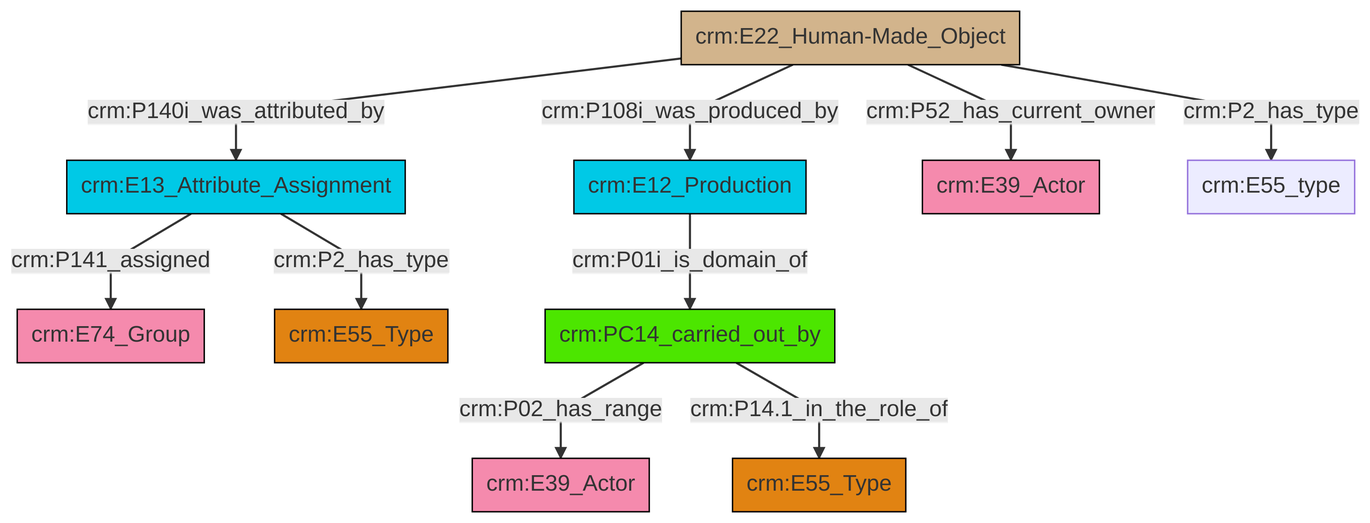
Before: et/builtWorkCSV/ttl/mmd/png/Built_Work_actor_relations.png, a diagram exported from Mermaid (swiss-art-research-net/reference-data-models). Its source is kept beside it as et/builtWorkCSV/ttl/mmd/Built_Work_actor_relations.ttl.mmd.
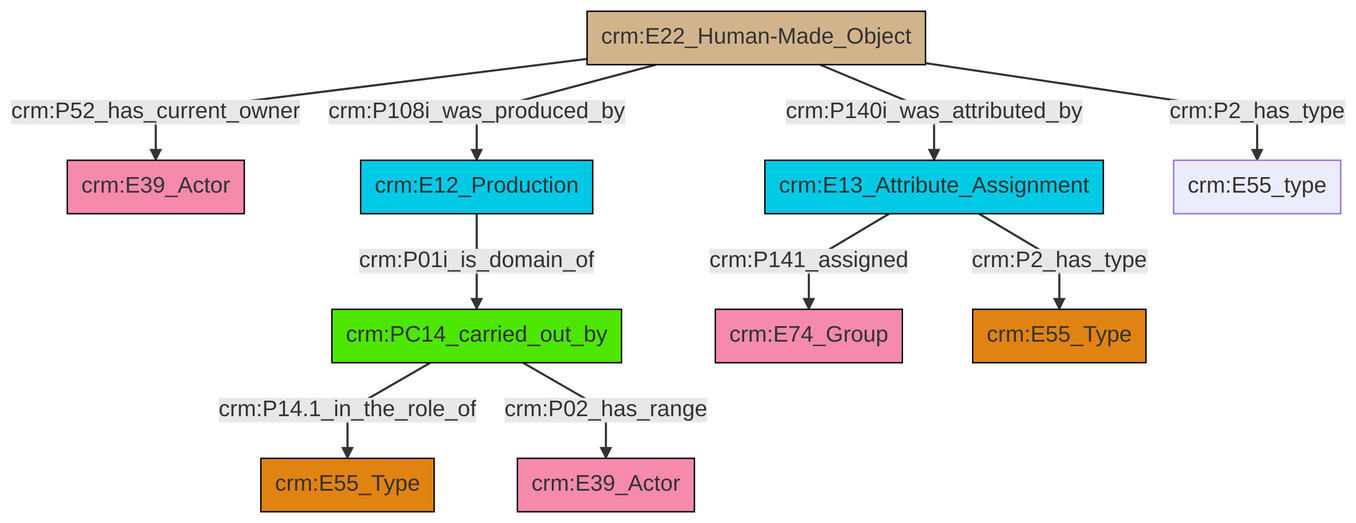
After the change.

What changed in the source:
```diff
@@ -13,12 +13,12 @@
 classDef PC_Classes fill:#4ce600, stroke:#000000;
 classDef Multi fill:#cccccc,stroke:#000000;
 
-2["crm:E13_Attribute_Assignment"]:::Temporal_Entity -->|crm:P141_assigned| 0["crm:E74_Group"]:::Actor
-2["crm:E13_Attribute_Assignment"]:::Temporal_Entity -->|crm:P2_has_type| 4["crm:E55_Type"]:::Type
-5["crm:E12_Production"]:::Temporal_Entity -->|crm:P01i_is_domain_of| 8["crm:PC14_carried_out_by"]:::PC_Classes
-11["crm:E22_Human-Made_Object"]:::Physical_Thing -->|crm:P140i_was_attributed_by| 2["crm:E13_Attribute_Assignment"]:::Temporal_Entity
-8["crm:PC14_carried_out_by"]:::PC_Classes -->|crm:P02_has_range| 12["crm:E39_Actor"]:::Actor
-11["crm:E22_Human-Made_Object"]:::Physical_Thing -->|crm:P108i_was_produced_by| 5["crm:E12_Production"]:::Temporal_Entity
-8["crm:PC14_carried_out_by"]:::PC_Classes -->|crm:P14.1_in_the_role_of| 9["crm:E55_Type"]:::Type
-11["crm:E22_Human-Made_Object"]:::Physical_Thing -->|crm:P2_has_type| 17["crm:E55_type"]:::Default
-11["crm:E22_Human-Made_Object"]:::Physical_Thing -->|crm:P52_has_current_owner| 14["crm:E39_Actor"]:::Actor
+0["crm:E22_Human-Made_Object"]:::Physical_Thing -->|crm:P52_has_current_owner| 1["crm:E39_Actor"]:::Actor
+2["crm:PC14_carried_out_by"]:::PC_Classes -->|crm:P14.1_in_the_role_of| 3["crm:E55_Type"]:::Type
+11["crm:E12_Production"]:::Temporal_Entity -->|crm:P01i_is_domain_of| 2["crm:PC14_carried_out_by"]:::PC_Classes
+0["crm:E22_Human-Made_Object"]:::Physical_Thing -->|crm:P108i_was_produced_by| 11["crm:E12_Production"]:::Temporal_Entity
+0["crm:E22_Human-Made_Object"]:::Physical_Thing -->|crm:P140i_was_attributed_by| 12["crm:E13_Attribute_Assignment"]:::Temporal_Entity
+12["crm:E13_Attribute_Assignment"]:::Temporal_Entity -->|crm:P141_assigned| 6["crm:E74_Group"]:::Actor
+0["crm:E22_Human-Made_Object"]:::Physical_Thing -->|crm:P2_has_type| 17["crm:E55_type"]:::Default
+2["crm:PC14_carried_out_by"]:::PC_Classes -->|crm:P02_has_range| 15["crm:E39_Actor"]:::Actor
+12["crm:E13_Attribute_Assignment"]:::Temporal_Entity -->|crm:P2_has_type| 8["crm:E55_Type"]:::Type
```
